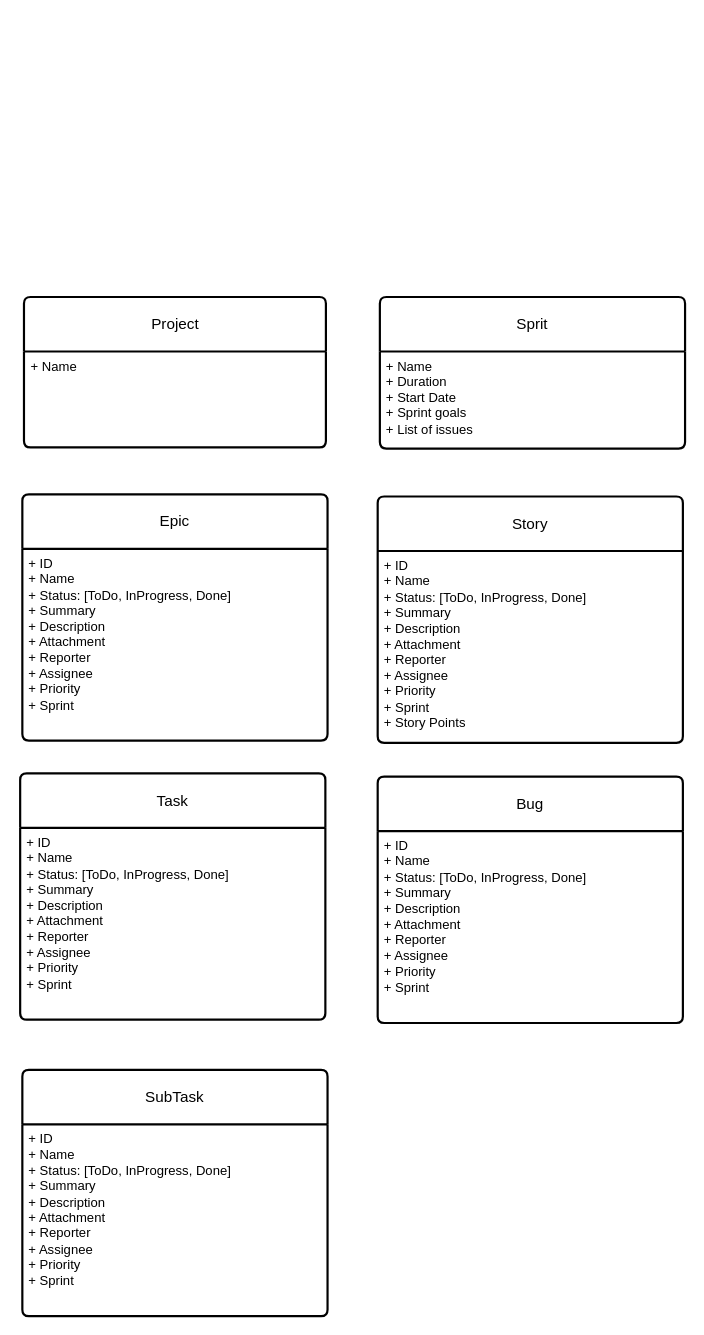
Above: page "Entity Relationship" (5 of 5) of WinWorkFlow.drawio in MajidGitHubRepos/AllDiagrams (draw.io), before the change. Source tidied: cells renumbered, new cells numbered last; positions are measured from the earlier drawing's top-left corner, leaving out a move shared by most shapes. Both pictures are drawn from the tidied source at 109%, with x=0, y=0 at pixel (20, 296).
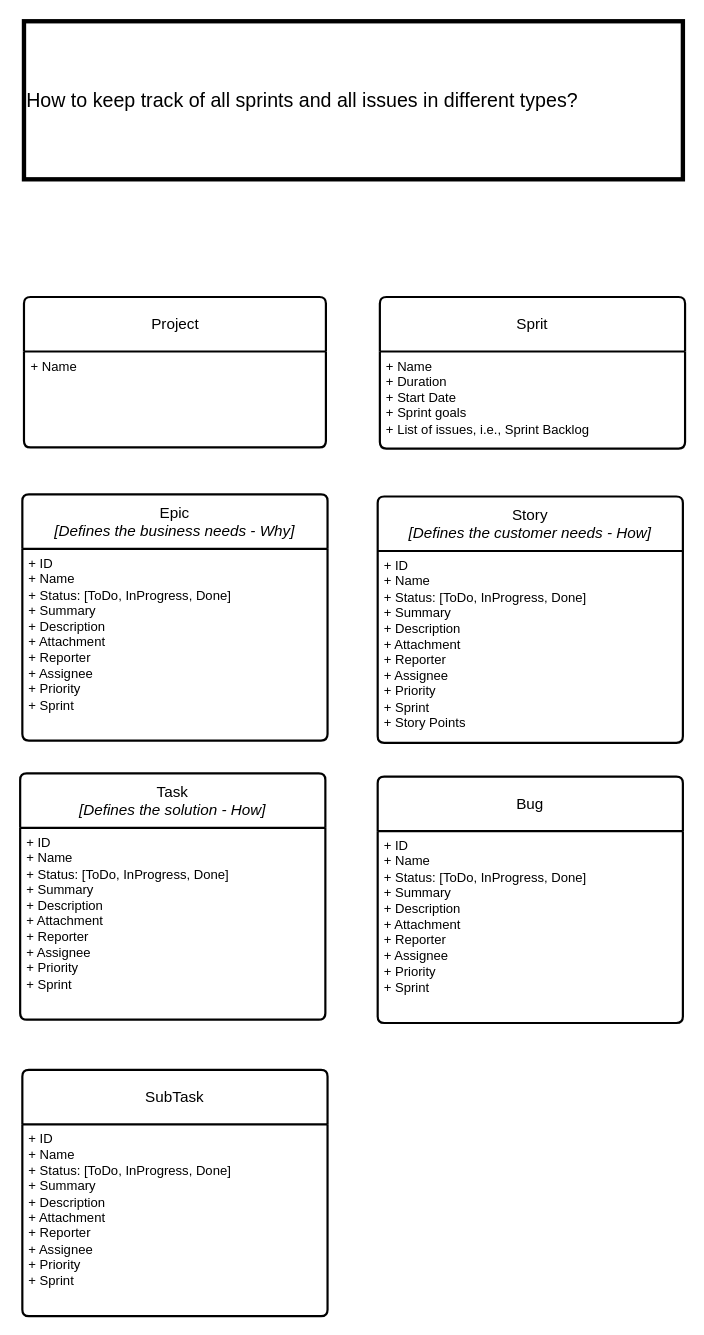
After the change.

Change to the diagram source:
```diff
@@
 <mxGraphModel>
   <root>
     <mxCell id="0" />
     <mxCell id="1" parent="0" />
     <mxCell id="2" value="Project" style="swimlane;horizontal=1;startSize=50;rounded=1;fontSize=14;fontStyle=0;strokeWidth=2;shadow=0;dashed=0;align=center;arcSize=4;whiteSpace=wrap;html=1;" parent="1" vertex="1">
       <mxGeometry x="3.5" width="277" height="138" as="geometry" />
     </mxCell>
     <mxCell id="3" value="+ Name" style="align=left;strokeColor=none;fillColor=none;spacingLeft=4;fontSize=12;verticalAlign=top;html=1;" parent="2" vertex="1">
       <mxGeometry y="50" width="277" height="88" as="geometry" />
     </mxCell>
-    <mxCell id="4" value="Epic" style="swimlane;horizontal=1;startSize=50;rounded=1;fontSize=14;fontStyle=0;strokeWidth=2;shadow=0;dashed=0;align=center;arcSize=4;whiteSpace=wrap;html=1;" parent="1" vertex="1">
+    <mxCell id="4" value="Epic&lt;br&gt;&lt;i&gt;[Defines the business needs - Why]&lt;/i&gt;" style="swimlane;horizontal=1;startSize=50;rounded=1;fontSize=14;fontStyle=0;strokeWidth=2;shadow=0;dashed=0;align=center;arcSize=4;whiteSpace=wrap;html=1;" parent="1" vertex="1">
       <mxGeometry x="2" y="181" width="280" height="226" as="geometry" />
     </mxCell>
     <mxCell id="5" value="+ ID&lt;br&gt;+ Name&lt;br&gt;+ Status: [ToDo, InProgress, Done]&lt;br&gt;+ Summary&lt;br&gt;+ Description&lt;br&gt;+ Attachment&lt;br&gt;+ Reporter&lt;br&gt;+ Assignee&lt;br&gt;+ Priority&lt;br&gt;+ Sprint" style="align=left;strokeColor=none;fillColor=none;spacingLeft=4;fontSize=12;verticalAlign=top;html=1;" parent="4" vertex="1">
       <mxGeometry y="50" width="280" height="176" as="geometry" />
     </mxCell>
     <mxCell id="6" value="Sprit" style="swimlane;horizontal=1;startSize=50;rounded=1;fontSize=14;fontStyle=0;strokeWidth=2;shadow=0;dashed=0;align=center;arcSize=4;whiteSpace=wrap;html=1;" parent="1" vertex="1">
       <mxGeometry x="330" width="280" height="139" as="geometry" />
     </mxCell>
-    <mxCell id="7" value="+ Name&lt;br&gt;+ Duration&lt;br&gt;+ Start Date&lt;br&gt;+ Sprint goals&lt;br&gt;+ List of issues" style="align=left;strokeColor=none;fillColor=none;spacingLeft=4;fontSize=12;verticalAlign=top;html=1;" parent="6" vertex="1">
+    <mxCell id="7" value="+ Name&lt;br&gt;+ Duration&lt;br&gt;+ Start Date&lt;br&gt;+ Sprint goals&lt;br&gt;+ List of issues, i.e., Sprint Backlog" style="align=left;strokeColor=none;fillColor=none;spacingLeft=4;fontSize=12;verticalAlign=top;html=1;" parent="6" vertex="1">
       <mxGeometry y="50" width="280" height="89" as="geometry" />
     </mxCell>
-    <mxCell id="8" value="Story" style="swimlane;horizontal=1;startSize=50;rounded=1;fontSize=14;fontStyle=0;strokeWidth=2;shadow=0;dashed=0;align=center;arcSize=4;whiteSpace=wrap;html=1;" parent="1" vertex="1">
+    <mxCell id="8" value="Story&lt;br&gt;&lt;i&gt;[Defines the customer needs - How]&lt;/i&gt;" style="swimlane;horizontal=1;startSize=50;rounded=1;fontSize=14;fontStyle=0;strokeWidth=2;shadow=0;dashed=0;align=center;arcSize=4;whiteSpace=wrap;html=1;" parent="1" vertex="1">
       <mxGeometry x="328" y="183" width="280" height="226" as="geometry" />
     </mxCell>
     <mxCell id="9" value="+ ID&lt;br&gt;+ Name&lt;br&gt;+ Status: [ToDo, InProgress, Done]&lt;br&gt;+ Summary&lt;br&gt;+ Description&lt;br&gt;+ Attachment&lt;br&gt;+ Reporter&lt;br&gt;+ Assignee&lt;br&gt;+ Priority&lt;br&gt;+ Sprint&lt;br&gt;+ Story Points" style="align=left;strokeColor=none;fillColor=none;spacingLeft=4;fontSize=12;verticalAlign=top;html=1;" parent="8" vertex="1">
       <mxGeometry y="50" width="280" height="176" as="geometry" />
     </mxCell>
-    <mxCell id="10" value="Task" style="swimlane;horizontal=1;startSize=50;rounded=1;fontSize=14;fontStyle=0;strokeWidth=2;shadow=0;dashed=0;align=center;arcSize=4;whiteSpace=wrap;html=1;" parent="1" vertex="1">
+    <mxCell id="10" value="Task&lt;br&gt;&lt;i&gt;[Defines the solution - How]&lt;/i&gt;" style="swimlane;horizontal=1;startSize=50;rounded=1;fontSize=14;fontStyle=0;strokeWidth=2;shadow=0;dashed=0;align=center;arcSize=4;whiteSpace=wrap;html=1;" parent="1" vertex="1">
       <mxGeometry y="437" width="280" height="226" as="geometry" />
     </mxCell>
     <mxCell id="11" value="+ ID&lt;br&gt;+ Name&lt;br&gt;+ Status: [ToDo, InProgress, Done]&lt;br&gt;+ Summary&lt;br&gt;+ Description&lt;br&gt;+ Attachment&lt;br&gt;+ Reporter&lt;br&gt;+ Assignee&lt;br&gt;+ Priority&lt;br&gt;+ Sprint" style="align=left;strokeColor=none;fillColor=none;spacingLeft=4;fontSize=12;verticalAlign=top;html=1;" parent="10" vertex="1">
       <mxGeometry y="50" width="280" height="176" as="geometry" />
     </mxCell>
     <mxCell id="12" value="Bug" style="swimlane;horizontal=1;startSize=50;rounded=1;fontSize=14;fontStyle=0;strokeWidth=2;shadow=0;dashed=0;align=center;arcSize=4;whiteSpace=wrap;html=1;" parent="1" vertex="1">
       <mxGeometry x="328" y="440" width="280" height="226" as="geometry" />
     </mxCell>
     <mxCell id="13" value="+ ID&lt;br&gt;+ Name&lt;br&gt;+ Status: [ToDo, InProgress, Done]&lt;br&gt;+ Summary&lt;br&gt;+ Description&lt;br&gt;+ Attachment&lt;br&gt;+ Reporter&lt;br&gt;+ Assignee&lt;br&gt;+ Priority&lt;br&gt;+ Sprint" style="align=left;strokeColor=none;fillColor=none;spacingLeft=4;fontSize=12;verticalAlign=top;html=1;" parent="12" vertex="1">
       <mxGeometry y="50" width="280" height="176" as="geometry" />
     </mxCell>
     <mxCell id="14" value="SubTask" style="swimlane;horizontal=1;startSize=50;rounded=1;fontSize=14;fontStyle=0;strokeWidth=2;shadow=0;dashed=0;align=center;arcSize=4;whiteSpace=wrap;html=1;" parent="1" vertex="1">
       <mxGeometry x="2" y="709" width="280" height="226" as="geometry" />
     </mxCell>
     <mxCell id="15" value="+ ID&lt;br&gt;+ Name&lt;br&gt;+ Status: [ToDo, InProgress, Done]&lt;br&gt;+ Summary&lt;br&gt;+ Description&lt;br&gt;+ Attachment&lt;br&gt;+ Reporter&lt;br&gt;+ Assignee&lt;br&gt;+ Priority&lt;br&gt;+ Sprint" style="align=left;strokeColor=none;fillColor=none;spacingLeft=4;fontSize=12;verticalAlign=top;html=1;" parent="14" vertex="1">
       <mxGeometry y="50" width="280" height="176" as="geometry" />
     </mxCell>
+    <mxCell id="16" value="&lt;font style=&quot;font-size: 18px;&quot;&gt;How to keep track of all sprints and all issues in different types?&lt;/font&gt;" style="text;html=1;strokeColor=default;fillColor=none;align=left;verticalAlign=middle;whiteSpace=wrap;rounded=0;strokeWidth=4;" parent="1" vertex="1">
+      <mxGeometry x="3.5" y="-253" width="604.5" height="145" as="geometry" />
+    </mxCell>
   </root>
 </mxGraphModel>
```
